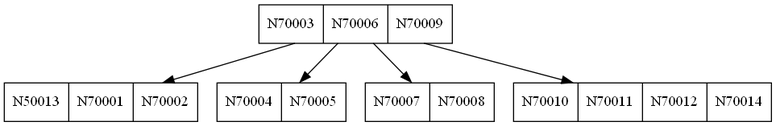
Before: cmake-build-debug/btree.png, a diagram exported from Graphviz (Samashoas/202109705_Proyecto_EDD). Its source is kept beside it as cmake-build-debug/btree.dot.
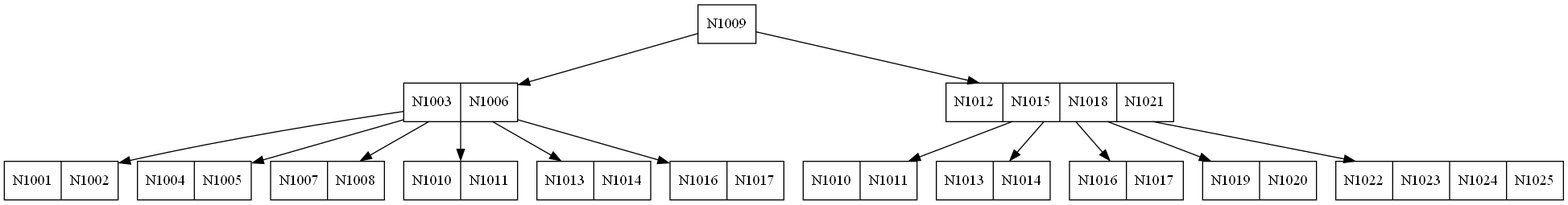
After the commit.

What changed in the source:
```diff
@@ -1,13 +1,31 @@
 digraph G {
 node [shape=record];
 rank=same;
-node0 [label="<f0> N70003 | <f1> N70006 | <f2> N70009"];
-node1 [label="<f0> N50013 | <f1> N70001 | <f2> N70002"];
+node0 [label="<f0> N1009"];
+node1 [label="<f0> N1003 | <f1> N1006"];
+node2 [label="<f0> N1001 | <f1> N1002"];
+node1 -> node2;
+node3 [label="<f0> N1004 | <f1> N1005"];
+node1 -> node3;
+node4 [label="<f0> N1007 | <f1> N1008"];
+node1 -> node4;
+node5 [label="<f0> N1010 | <f1> N1011"];
+node1 -> node5;
+node6 [label="<f0> N1013 | <f1> N1014"];
+node1 -> node6;
+node7 [label="<f0> N1016 | <f1> N1017"];
+node1 -> node7;
 node0 -> node1;
-node2 [label="<f0> N70004 | <f1> N70005"];
-node0 -> node2;
-node3 [label="<f0> N70007 | <f1> N70008"];
-node0 -> node3;
-node4 [label="<f0> N70010 | <f1> N70011 | <f2> N70012 | <f3> N70014"];
-node0 -> node4;
+node8 [label="<f0> N1012 | <f1> N1015 | <f2> N1018 | <f3> N1021"];
+node9 [label="<f0> N1010 | <f1> N1011"];
+node8 -> node9;
+node10 [label="<f0> N1013 | <f1> N1014"];
+node8 -> node10;
+node11 [label="<f0> N1016 | <f1> N1017"];
+node8 -> node11;
+node12 [label="<f0> N1019 | <f1> N1020"];
+node8 -> node12;
+node13 [label="<f0> N1022 | <f1> N1023 | <f2> N1024 | <f3> N1025"];
+node8 -> node13;
+node0 -> node8;
 }
```
